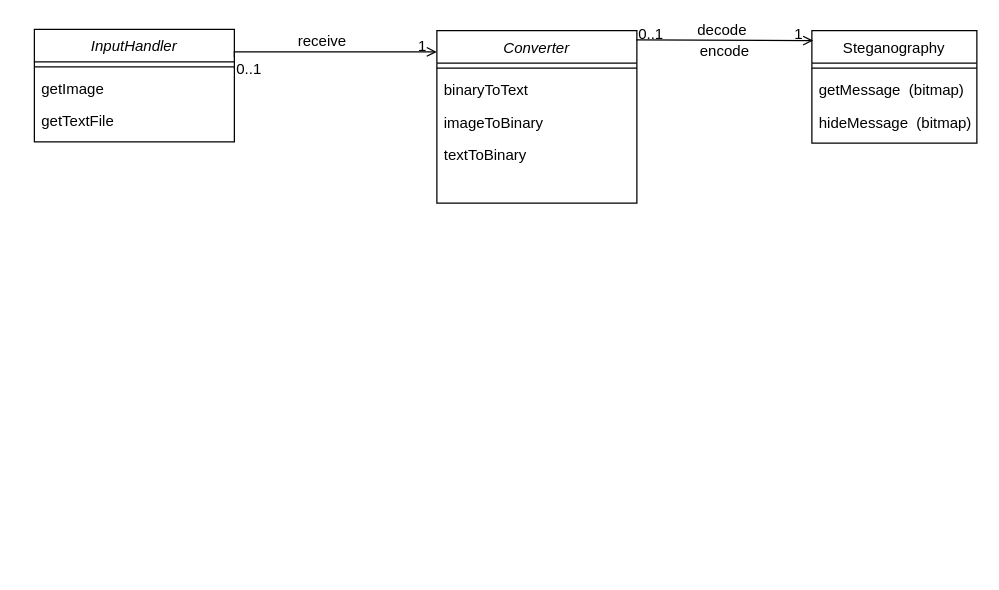
Before: docs/diagramaClases.drawio in NataliaPerez08/Proyecto_Estenografia, a draw.io diagram. Source tidied: cells renumbered, new cells numbered last; positions are measured from the earlier drawing's top-left corner, leaving out a move shared by most shapes. Both pictures are drawn from the tidied source at 125%, with x=0, y=0 at pixel (34, 29).
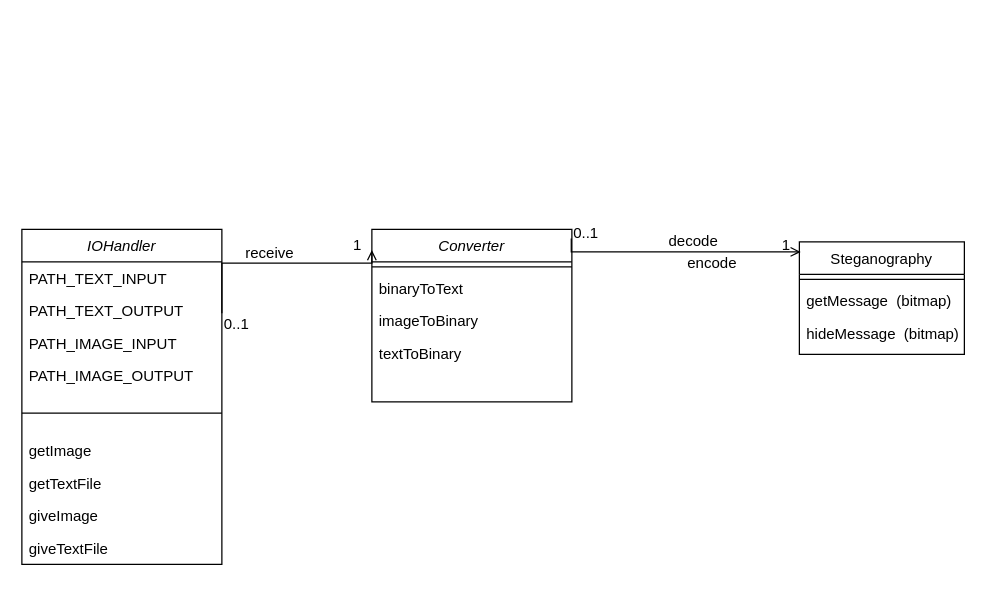
The same page after the edit.

The edit, as a diff of the source:
```diff
@@
     <mxCell id="2" value="Converter" style="swimlane;fontStyle=2;align=center;verticalAlign=top;horizontal=1;startSize=26;rounded=0;shadow=0;strokeWidth=1;" parent="1" vertex="1">
-      <mxGeometry x="322" y="1" width="160" height="138" as="geometry" />
+      <mxGeometry x="270" y="160" width="160" height="138" as="geometry" />
     </mxCell>
@@
     <mxCell id="7" value="Steganography" style="swimlane;fontStyle=0;align=center;verticalAlign=top;horizontal=1;startSize=26;rounded=0;shadow=0;strokeWidth=1;" parent="1" vertex="1">
-      <mxGeometry x="622" y="1" width="132" height="90" as="geometry" />
+      <mxGeometry x="612" y="170" width="132" height="90" as="geometry" />
     </mxCell>
@@
     <mxCell id="11" style="endArrow=open;shadow=0;strokeWidth=1;rounded=0;endFill=1;edgeStyle=elbowEdgeStyle;elbow=vertical;exitX=0.997;exitY=0.053;exitDx=0;exitDy=0;exitPerimeter=0;entryX=0.008;entryY=0.085;entryDx=0;entryDy=0;entryPerimeter=0;" parent="1" edge="1" source="2" target="7">
       <mxGeometry x="0.5" y="41" relative="1" as="geometry">
         <Array as="points">
-          <mxPoint x="662" y="9" />
-          <mxPoint x="642" y="21" />
-          <mxPoint x="642" y="31" />
-          <mxPoint x="632" y="51" />
-          <mxPoint x="592" y="11" />
+          <mxPoint x="652" y="178" />
+          <mxPoint x="632" y="190" />
+          <mxPoint x="632" y="200" />
+          <mxPoint x="622" y="220" />
+          <mxPoint x="582" y="180" />
         </Array>
         <mxPoint x="-40" y="32" as="offset" />
       </mxGeometry>
     </mxCell>
@@
     <mxCell id="15" value="encode" style="text;html=1;align=center;verticalAlign=middle;labelBackgroundColor=none;rounded=0;shadow=0;strokeWidth=1;fontSize=12;" parent="1" vertex="1">
-      <mxGeometry x="540" y="60" as="geometry">
+      <mxGeometry x="530" y="229" as="geometry">
         <mxPoint x="11" y="-43" as="offset" />
       </mxGeometry>
     </mxCell>
-    <mxCell id="16" value="InputHandler" style="swimlane;fontStyle=2;align=center;verticalAlign=top;horizontal=1;startSize=26;rounded=0;shadow=0;strokeWidth=1;" parent="1" vertex="1">
-      <mxGeometry width="160" height="90" as="geometry" />
+    <mxCell id="16" value="IOHandler" style="swimlane;fontStyle=2;align=center;verticalAlign=top;horizontal=1;startSize=26;rounded=0;shadow=0;strokeWidth=1;" parent="1" vertex="1">
+      <mxGeometry x="-10" y="160" width="160" height="268" as="geometry" />
     </mxCell>
+    <mxCell id="24" value="PATH_TEXT_INPUT" style="text;align=left;verticalAlign=top;spacingLeft=4;spacingRight=4;overflow=hidden;" parent="16" vertex="1">
+      <mxGeometry y="26" width="160" height="26" as="geometry" />
+    </mxCell>
+    <mxCell id="25" value="PATH_TEXT_OUTPUT" style="text;align=left;verticalAlign=top;spacingLeft=4;spacingRight=4;overflow=hidden;" parent="16" vertex="1">
+      <mxGeometry y="52" width="160" height="26" as="geometry" />
+    </mxCell>
+    <mxCell id="26" value="PATH_IMAGE_INPUT" style="text;align=left;verticalAlign=top;spacingLeft=4;spacingRight=4;overflow=hidden;" parent="16" vertex="1">
+      <mxGeometry y="78" width="160" height="26" as="geometry" />
+    </mxCell>
+    <mxCell id="27" value="PATH_IMAGE_OUTPUT" style="text;align=left;verticalAlign=top;spacingLeft=4;spacingRight=4;overflow=hidden;" parent="16" vertex="1">
+      <mxGeometry y="104" width="160" height="26" as="geometry" />
+    </mxCell>
     <mxCell id="17" style="line;html=1;strokeWidth=1;align=left;verticalAlign=middle;spacingTop=-1;spacingLeft=3;spacingRight=3;labelPosition=right;" parent="16" vertex="1">
-      <mxGeometry y="26" width="160" height="8" as="geometry" />
+      <mxGeometry y="130" width="160" height="34" as="geometry" />
     </mxCell>
     <mxCell id="18" value="getImage" style="text;align=left;verticalAlign=top;spacingLeft=4;spacingRight=4;overflow=hidden;" parent="16" vertex="1">
-      <mxGeometry y="34" width="160" height="26" as="geometry" />
+      <mxGeometry y="164" width="160" height="26" as="geometry" />
     </mxCell>
     <mxCell id="19" value="getTextFile" style="text;align=left;verticalAlign=top;spacingLeft=4;spacingRight=4;overflow=hidden;" parent="16" vertex="1">
-      <mxGeometry y="60" width="160" height="26" as="geometry" />
+      <mxGeometry y="190" width="160" height="26" as="geometry" />
     </mxCell>
+    <mxCell id="28" value="giveImage" style="text;align=left;verticalAlign=top;spacingLeft=4;spacingRight=4;overflow=hidden;" parent="16" vertex="1">
+      <mxGeometry y="216" width="160" height="26" as="geometry" />
+    </mxCell>
+    <mxCell id="29" value="giveTextFile" style="text;align=left;verticalAlign=top;spacingLeft=4;spacingRight=4;overflow=hidden;" parent="16" vertex="1">
+      <mxGeometry y="242" width="160" height="26" as="geometry" />
+    </mxCell>
     <mxCell id="20" style="endArrow=open;shadow=0;strokeWidth=1;rounded=0;endFill=1;edgeStyle=elbowEdgeStyle;elbow=vertical;exitX=1;exitY=0.25;exitDx=0;exitDy=0;entryX=0;entryY=0.12;entryDx=0;entryDy=0;entryPerimeter=0;" parent="1" edge="1" source="16" target="2">
       <mxGeometry x="0.5" y="41" relative="1" as="geometry">
         <Array as="points">
-          <mxPoint x="300" y="18" />
-          <mxPoint x="290" y="10" />
-          <mxPoint x="300" y="10" />
-          <mxPoint x="400.5" y="19" />
-          <mxPoint x="380.5" y="31" />
-          <mxPoint x="380.5" y="41" />
-          <mxPoint x="370.5" y="61" />
-          <mxPoint x="330.5" y="21" />
+          <mxPoint x="290" y="187" />
+          <mxPoint x="280" y="179" />
+          <mxPoint x="290" y="179" />
+          <mxPoint x="390.5" y="188" />
+          <mxPoint x="370.5" y="200" />
+          <mxPoint x="370.5" y="210" />
+          <mxPoint x="360.5" y="230" />
+          <mxPoint x="320.5" y="190" />
         </Array>
         <mxPoint x="-40" y="32" as="offset" />
       </mxGeometry>
     </mxCell>
```
